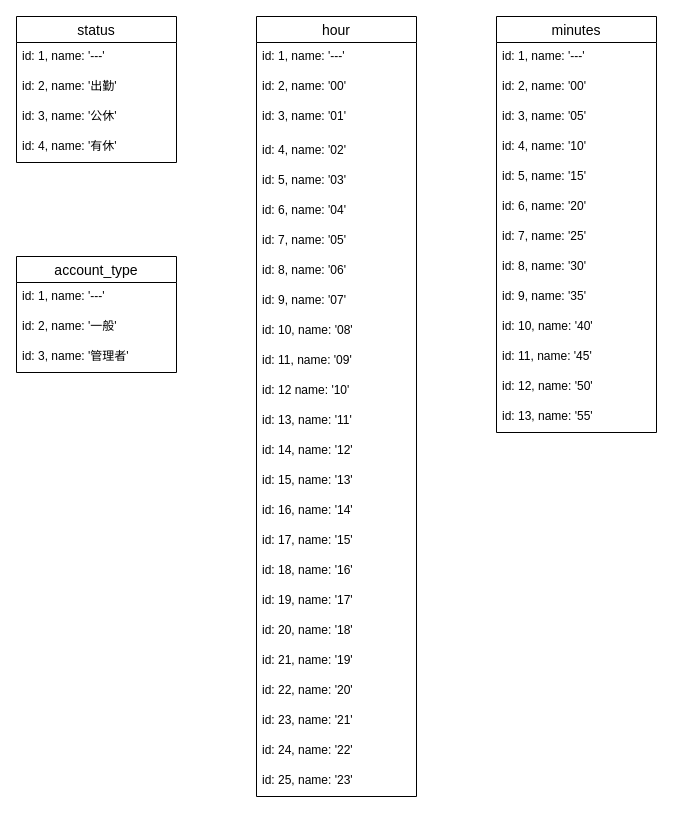
Above: page "Active Hash" (2 of 2) of waps_ER図.dio in graphite01/waps (draw.io), before the change. Source tidied: cells renumbered, new cells numbered last; positions are measured from the earlier drawing's top-left corner, leaving out a move shared by most shapes. Both pictures are drawn from the tidied source at 100%, with x=0, y=0 at pixel (16, 16).
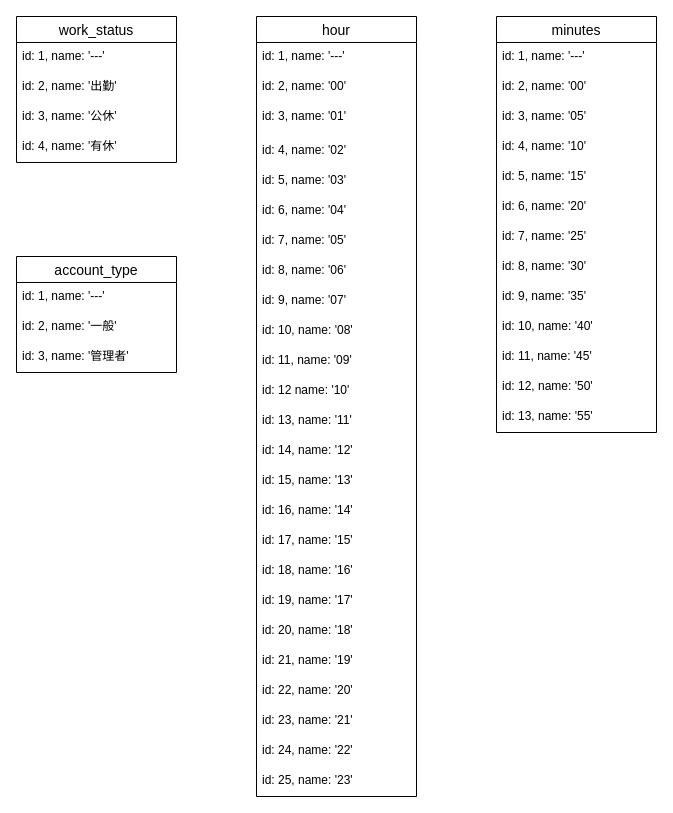
After the change.

The edit, as a diff of the source:
```diff
@@
-    <mxCell id="2" value="status" style="swimlane;fontStyle=0;horizontal=1;startSize=26;align=center;fontSize=14;" parent="1" vertex="1">
+    <mxCell id="2" value="work_status" style="swimlane;fontStyle=0;horizontal=1;startSize=26;align=center;fontSize=14;" parent="1" vertex="1">
       <mxGeometry width="160" height="146" as="geometry" />
     </mxCell>
```
